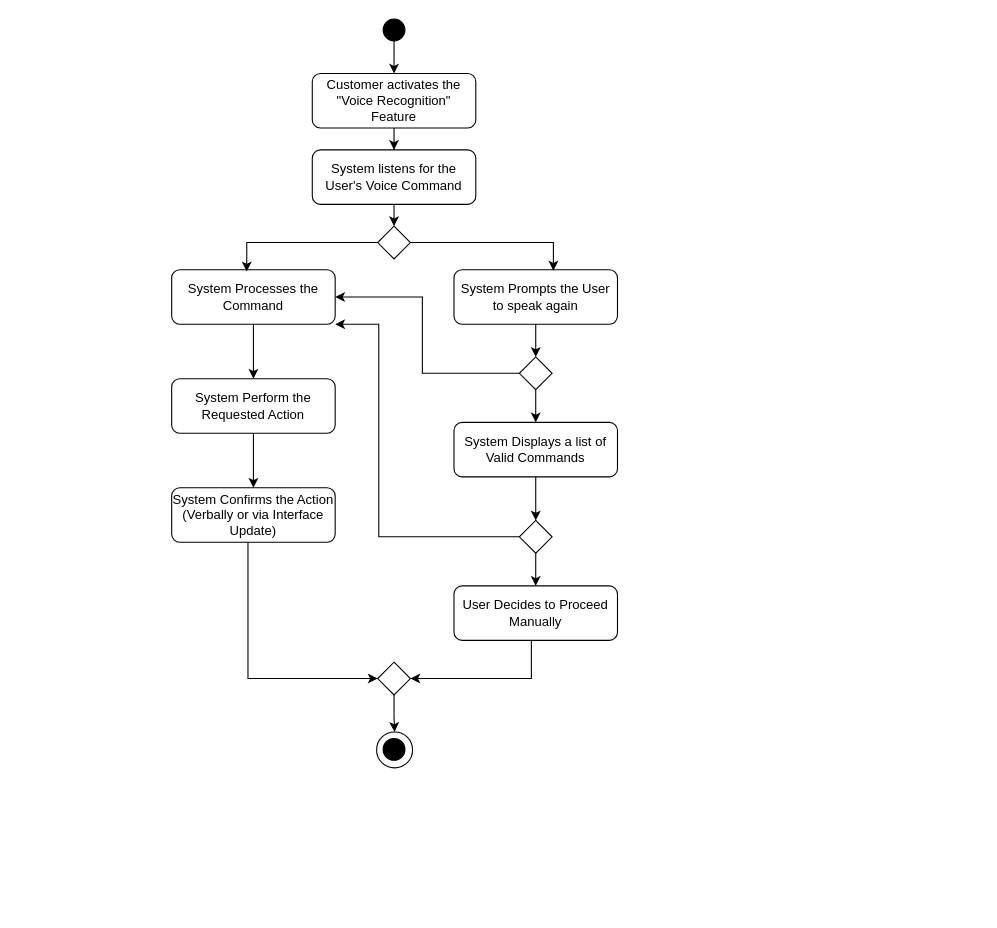
Above: page "Page-2" (2 of 8) of UC-2(Activity Diagram).drawio in IamSaqibJaved/Diagrams (draw.io), before the change. Source tidied: cells renumbered, new cells numbered last; positions are measured from the earlier drawing's top-left corner, leaving out a move shared by most shapes. Both pictures are drawn from the tidied source at 109%, with x=0, y=0 at pixel (171, 19).
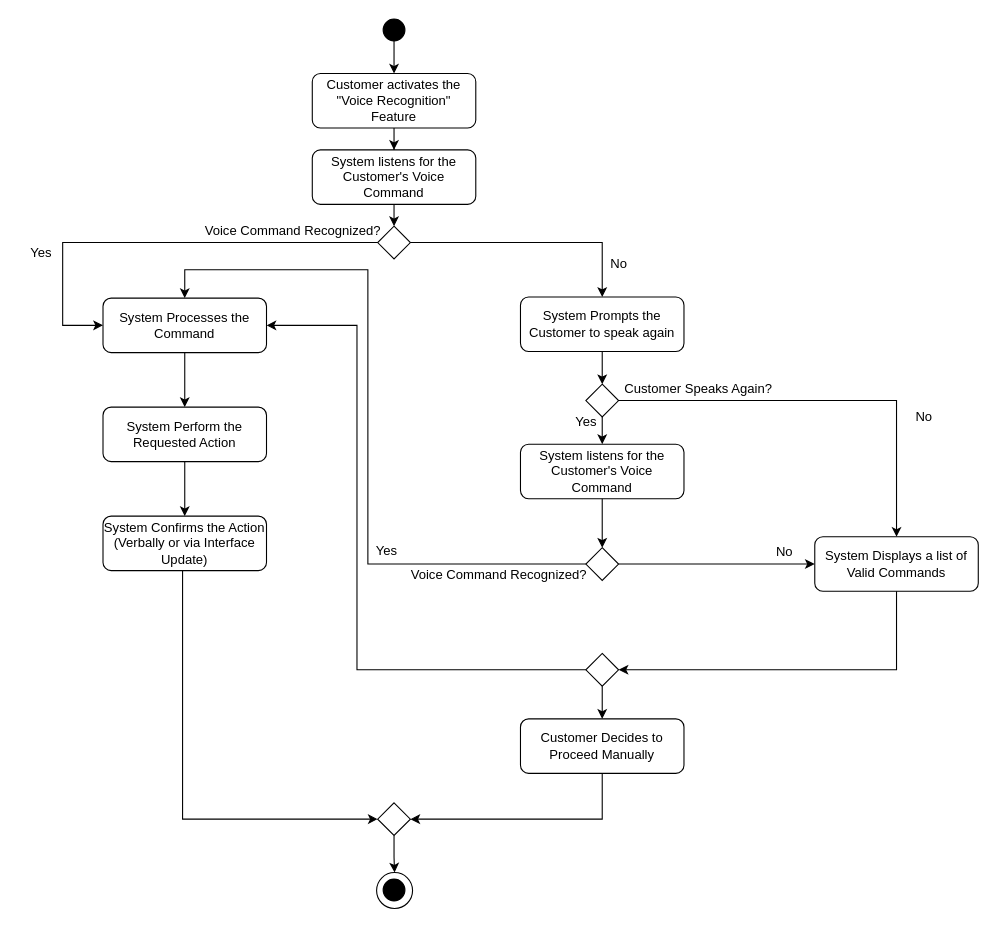
The same diagram, later.

The change refers to these unchanged cells:
```xml
<mxCell id="8" style="rhombus;whiteSpace=wrap;html=1;fillColor=none;" parent="1" vertex="1">
  <mxGeometry x="189" y="190" width="30" height="30" as="geometry" />
</mxCell>
```

Diff of the diagram source:
```diff
@@
-    <mxCell id="7" value="System listens for the User's Voice Command" style="rounded=1;whiteSpace=wrap;html=1;fillColor=none;" parent="1" vertex="1">
+    <mxCell id="7" value="System listens for the Customer's Voice Command" style="rounded=1;whiteSpace=wrap;html=1;fillColor=none;" parent="1" vertex="1">
       <mxGeometry x="129" y="120" width="150" height="50" as="geometry" />
     </mxCell>
@@
     <mxCell id="10" value="System Processes the Command" style="rounded=1;whiteSpace=wrap;html=1;fillColor=none;" parent="1" vertex="1">
-      <mxGeometry y="230" width="150" height="50" as="geometry" />
+      <mxGeometry x="-63" y="256" width="150" height="50" as="geometry" />
     </mxCell>
-    <mxCell id="11" style="edgeStyle=orthogonalEdgeStyle;rounded=0;jettySize=auto;html=1;entryX=0.459;entryY=0.032;entryDx=0;entryDy=0;entryPerimeter=0;" parent="1" edge="1" source="8" target="10">
-      <mxGeometry relative="1" as="geometry" />
+    <mxCell id="11" style="edgeStyle=orthogonalEdgeStyle;rounded=0;jettySize=auto;html=1;entryX=0;entryY=0.5;entryDx=0;entryDy=0;" parent="1" edge="1" source="8" target="10">
+      <mxGeometry relative="1" as="geometry">
+        <Array as="points">
+          <mxPoint x="-100" y="205" />
+          <mxPoint x="-100" y="281" />
+        </Array>
+      </mxGeometry>
     </mxCell>
@@
-    <mxCell id="13" value="System Prompts the User to speak again" style="rounded=1;whiteSpace=wrap;html=1;fillColor=none;" parent="1" vertex="1">
-      <mxGeometry x="259" y="230" width="150" height="50" as="geometry" />
+    <mxCell id="13" value="System Prompts the Customer to speak again" style="rounded=1;whiteSpace=wrap;html=1;fillColor=none;" parent="1" vertex="1">
+      <mxGeometry x="320" y="255" width="150" height="50" as="geometry" />
     </mxCell>
-    <mxCell id="14" style="edgeStyle=orthogonalEdgeStyle;rounded=0;jettySize=auto;html=1;entryX=0.608;entryY=0.016;entryDx=0;entryDy=0;entryPerimeter=0;" parent="1" edge="1" source="8" target="13">
+    <mxCell id="14" style="edgeStyle=orthogonalEdgeStyle;rounded=0;jettySize=auto;html=1;entryX=0.5;entryY=0;entryDx=0;entryDy=0;" parent="1" edge="1" source="8" target="13">
       <mxGeometry relative="1" as="geometry" />
     </mxCell>
@@
     <mxCell id="16" value="System Perform the Requested Action" style="rounded=1;whiteSpace=wrap;html=1;fillColor=none;" parent="1" vertex="1">
-      <mxGeometry y="330" width="150" height="50" as="geometry" />
+      <mxGeometry x="-63" y="356" width="150" height="50" as="geometry" />
     </mxCell>
     <mxCell id="17" style="edgeStyle=orthogonalEdgeStyle;rounded=0;jettySize=auto;html=1;entryX=0;entryY=0.5;entryDx=0;entryDy=0;" parent="1" edge="1" source="18" target="30">
       <mxGeometry relative="1" as="geometry">
         <Array as="points">
-          <mxPoint x="70" y="605" />
+          <mxPoint x="10" y="734" />
         </Array>
       </mxGeometry>
     </mxCell>
     <mxCell id="18" value="System Confirms the Action (Verbally or via Interface Update)" style="rounded=1;whiteSpace=wrap;html=1;fillColor=none;" parent="1" vertex="1">
-      <mxGeometry y="430" width="150" height="50" as="geometry" />
+      <mxGeometry x="-63" y="456" width="150" height="50" as="geometry" />
     </mxCell>
-    <mxCell id="19" style="edgeStyle=orthogonalEdgeStyle;rounded=0;jettySize=auto;html=1;entryX=1;entryY=0.5;entryDx=0;entryDy=0;" parent="1" edge="1" source="21" target="10">
-      <mxGeometry relative="1" as="geometry">
-        <Array as="points">
-          <mxPoint x="230" y="325" />
-          <mxPoint x="230" y="255" />
-        </Array>
-      </mxGeometry>
-    </mxCell>
@@
+    <mxCell id="33" style="edgeStyle=orthogonalEdgeStyle;rounded=0;jettySize=auto;html=1;" parent="1" edge="1" source="21" target="40">
+      <mxGeometry relative="1" as="geometry" />
+    </mxCell>
     <mxCell id="21" style="rhombus;whiteSpace=wrap;html=1;fillColor=none;" parent="1" vertex="1">
-      <mxGeometry x="319" y="310" width="30" height="30" as="geometry" />
+      <mxGeometry x="380" y="335" width="30" height="30" as="geometry" />
     </mxCell>
     <mxCell id="22" style="edgeStyle=orthogonalEdgeStyle;rounded=0;jettySize=auto;html=1;" parent="1" edge="1" source="23" target="26">
-      <mxGeometry relative="1" as="geometry" />
+      <mxGeometry relative="1" as="geometry">
+        <Array as="points">
+          <mxPoint x="665" y="597" />
+        </Array>
+      </mxGeometry>
     </mxCell>
     <mxCell id="23" value="System Displays a list of Valid Commands" style="rounded=1;whiteSpace=wrap;html=1;fillColor=none;" parent="1" vertex="1">
-      <mxGeometry x="259" y="370" width="150" height="50" as="geometry" />
+      <mxGeometry x="590" y="475" width="150" height="50" as="geometry" />
     </mxCell>
+    <mxCell id="25" style="edgeStyle=orthogonalEdgeStyle;rounded=0;jettySize=auto;html=1;" parent="1" edge="1" source="26" target="28">
+      <mxGeometry relative="1" as="geometry" />
+    </mxCell>
-    <mxCell id="24" style="edgeStyle=orthogonalEdgeStyle;rounded=0;jettySize=auto;html=1;entryX=1;entryY=1;entryDx=0;entryDy=0;" parent="1" edge="1" source="26" target="10">
+    <mxCell id="24" style="edgeStyle=orthogonalEdgeStyle;rounded=0;jettySize=auto;html=1;entryX=1;entryY=0.5;entryDx=0;entryDy=0;exitX=0;exitY=0.5;exitDx=0;exitDy=0;" parent="1" edge="1" source="26" target="10">
       <mxGeometry relative="1" as="geometry">
         <Array as="points">
-          <mxPoint x="190" y="475" />
-          <mxPoint x="190" y="280" />
+          <mxPoint x="170" y="597" />
+          <mxPoint x="170" y="281" />
         </Array>
       </mxGeometry>
     </mxCell>
-    <mxCell id="25" style="edgeStyle=orthogonalEdgeStyle;rounded=0;jettySize=auto;html=1;" parent="1" edge="1" source="26" target="28">
-      <mxGeometry relative="1" as="geometry" />
-    </mxCell>
     <mxCell id="26" style="rhombus;whiteSpace=wrap;html=1;fillColor=none;" parent="1" vertex="1">
-      <mxGeometry x="319" y="460" width="30" height="30" as="geometry" />
+      <mxGeometry x="380" y="582" width="30" height="30" as="geometry" />
     </mxCell>
-    <mxCell id="27" style="edgeStyle=orthogonalEdgeStyle;rounded=0;jettySize=auto;html=1;entryX=1;entryY=0.5;entryDx=0;entryDy=0;" parent="1" edge="1" source="28" target="30">
+    <mxCell id="27" style="edgeStyle=orthogonalEdgeStyle;rounded=0;jettySize=auto;html=1;entryX=1;entryY=0.5;entryDx=0;entryDy=0;exitX=0.5;exitY=1;exitDx=0;exitDy=0;" parent="1" edge="1" source="28" target="30">
       <mxGeometry relative="1" as="geometry">
         <Array as="points">
-          <mxPoint x="330" y="605" />
+          <mxPoint x="395" y="734" />
         </Array>
       </mxGeometry>
     </mxCell>
-    <mxCell id="28" value="User Decides to Proceed Manually" style="rounded=1;whiteSpace=wrap;html=1;fillColor=none;" parent="1" vertex="1">
-      <mxGeometry x="259" y="520" width="150" height="50" as="geometry" />
+    <mxCell id="28" value="Customer Decides to Proceed Manually" style="rounded=1;whiteSpace=wrap;html=1;fillColor=none;" parent="1" vertex="1">
+      <mxGeometry x="320" y="642" width="150" height="50" as="geometry" />
     </mxCell>
@@
     <mxCell id="30" style="rhombus;whiteSpace=wrap;html=1;fillColor=none;" parent="1" vertex="1">
-      <mxGeometry x="189" y="590" width="30" height="30" as="geometry" />
+      <mxGeometry x="189" y="719" width="30" height="30" as="geometry" />
     </mxCell>
     <mxCell id="31" style="ellipse;whiteSpace=wrap;html=1;labelBackgroundColor=none;fillColor=#000000;" parent="1" vertex="1">
-      <mxGeometry x="194" y="660" width="20" height="20" as="geometry" />
+      <mxGeometry x="194" y="789" width="20" height="20" as="geometry" />
     </mxCell>
     <mxCell id="32" style="ellipse;whiteSpace=wrap;html=1;fillColor=none;" parent="1" vertex="1">
-      <mxGeometry x="188" y="654" width="33" height="33" as="geometry" />
+      <mxGeometry x="188" y="783" width="33" height="33" as="geometry" />
     </mxCell>
+    <mxCell id="34" value="Voice Command Recognized?" style="text;html=1;align=center;verticalAlign=middle;strokeColor=none;fillColor=none;" parent="1" vertex="1">
+      <mxGeometry x="21" y="180" width="180" height="30" as="geometry" />
+    </mxCell>
+    <mxCell id="35" value="Yes" style="text;html=1;align=center;verticalAlign=middle;strokeColor=none;fillColor=none;" parent="1" vertex="1">
+      <mxGeometry x="-140" y="200" width="40" height="30" as="geometry" />
+    </mxCell>
+    <mxCell id="36" value="No" style="text;html=1;align=center;verticalAlign=middle;strokeColor=none;fillColor=none;" parent="1" vertex="1">
+      <mxGeometry x="390" y="210" width="40" height="30" as="geometry" />
+    </mxCell>
+    <mxCell id="37" value="No" style="text;html=1;align=center;verticalAlign=middle;strokeColor=none;fillColor=none;" parent="1" vertex="1">
+      <mxGeometry x="670" y="350" width="40" height="30" as="geometry" />
+    </mxCell>
+    <mxCell id="38" value="Customer Speaks Again?" style="text;html=1;align=center;verticalAlign=middle;strokeColor=none;fillColor=none;" parent="1" vertex="1">
+      <mxGeometry x="403" y="325" width="160" height="30" as="geometry" />
+    </mxCell>
+    <mxCell id="39" style="edgeStyle=orthogonalEdgeStyle;rounded=0;jettySize=auto;html=1;" parent="1" edge="1" source="40" target="42">
+      <mxGeometry relative="1" as="geometry" />
+    </mxCell>
+    <mxCell id="40" value="System listens for the Customer's Voice Command" style="rounded=1;whiteSpace=wrap;html=1;fillColor=none;" parent="1" vertex="1">
+      <mxGeometry x="320" y="390" width="150" height="50" as="geometry" />
+    </mxCell>
+    <mxCell id="41" style="edgeStyle=orthogonalEdgeStyle;rounded=0;jettySize=auto;html=1;entryX=0;entryY=0.5;entryDx=0;entryDy=0;" parent="1" edge="1" source="42" target="23">
+      <mxGeometry relative="1" as="geometry" />
+    </mxCell>
+    <mxCell id="42" style="rhombus;whiteSpace=wrap;html=1;fillColor=none;" parent="1" vertex="1">
+      <mxGeometry x="380" y="485" width="30" height="30" as="geometry" />
+    </mxCell>
+    <mxCell id="43" style="edgeStyle=orthogonalEdgeStyle;rounded=0;jettySize=auto;html=1;entryX=0.5;entryY=0;entryDx=0;entryDy=0;" parent="1" edge="1" source="42" target="10">
+      <mxGeometry relative="1" as="geometry">
+        <Array as="points">
+          <mxPoint x="180" y="500" />
+          <mxPoint x="180" y="230" />
+          <mxPoint x="12" y="230" />
+        </Array>
+      </mxGeometry>
+    </mxCell>
+    <mxCell id="44" value="Yes" style="text;html=1;align=center;verticalAlign=middle;strokeColor=none;fillColor=none;" parent="1" vertex="1">
+      <mxGeometry x="360" y="355" width="40" height="30" as="geometry" />
+    </mxCell>
+    <mxCell id="45" value="Yes" style="text;html=1;align=center;verticalAlign=middle;strokeColor=none;fillColor=none;" parent="1" vertex="1">
+      <mxGeometry x="177" y="473" width="40" height="30" as="geometry" />
+    </mxCell>
+    <mxCell id="46" value="No" style="text;html=1;align=center;verticalAlign=middle;strokeColor=none;fillColor=none;" parent="1" vertex="1">
+      <mxGeometry x="542" y="474" width="40" height="30" as="geometry" />
+    </mxCell>
+    <mxCell id="47" value="Voice Command Recognized?" style="text;html=1;align=center;verticalAlign=middle;strokeColor=none;fillColor=none;" parent="1" vertex="1">
+      <mxGeometry x="210" y="495" width="180" height="30" as="geometry" />
+    </mxCell>
```
